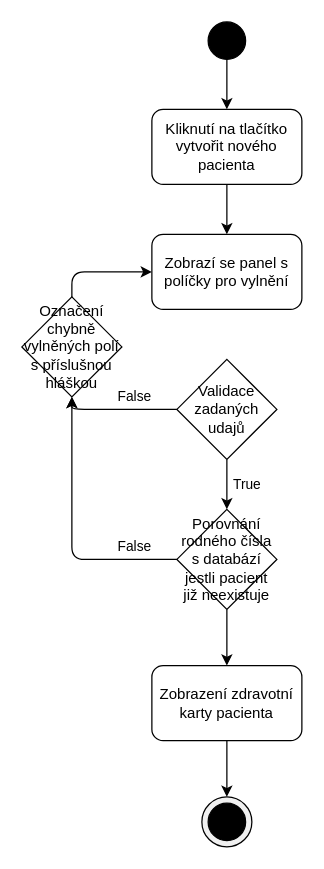
Above: State_diagram/Zalozeni_N_pac.drawio in IronKnee22/software_inz (draw.io), before the change. Source tidied: cells renumbered, new cells numbered last; positions are measured from the earlier drawing's top-left corner, leaving out a move shared by most shapes. Both pictures are drawn from the tidied source at 125%, with x=0, y=0 at pixel (21, 21).
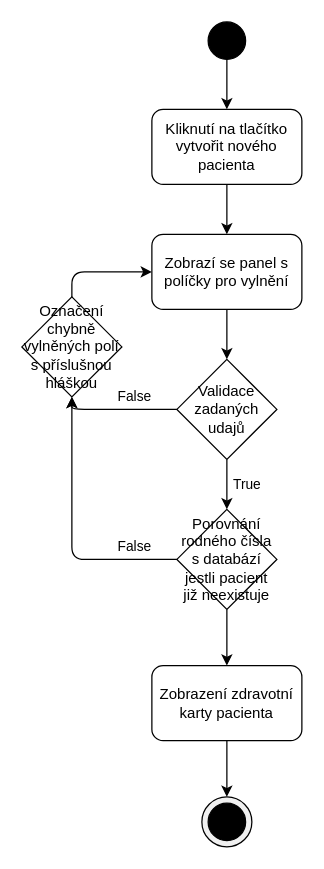
Above is the later version.

Commit message (it also covers changes not shown here):
udělané stavové diagramy

The change refers to these unchanged cells:
```xml
<mxCell id="6" value="Zobrazí se panel s políčky pro vylnění" style="rounded=1;whiteSpace=wrap;html=1;strokeColor=#000000;" parent="1" vertex="1">
  <mxGeometry x="104" y="170" width="120" height="60" as="geometry" />
</mxCell>
<mxCell id="9" value="Validace zadaných udajů" style="rhombus;whiteSpace=wrap;html=1;strokeColor=#000000;" parent="1" vertex="1">
  <mxGeometry x="124" y="270" width="80" height="80" as="geometry" />
</mxCell>
```

What changed in the source:
```diff
@@
+    <mxCell id="19" style="edgeStyle=none;html=1;exitX=0.5;exitY=1;exitDx=0;exitDy=0;entryX=0.5;entryY=0;entryDx=0;entryDy=0;strokeColor=#000000;" parent="1" edge="1" source="6" target="9">
+      <mxGeometry relative="1" as="geometry" />
+    </mxCell>
```
